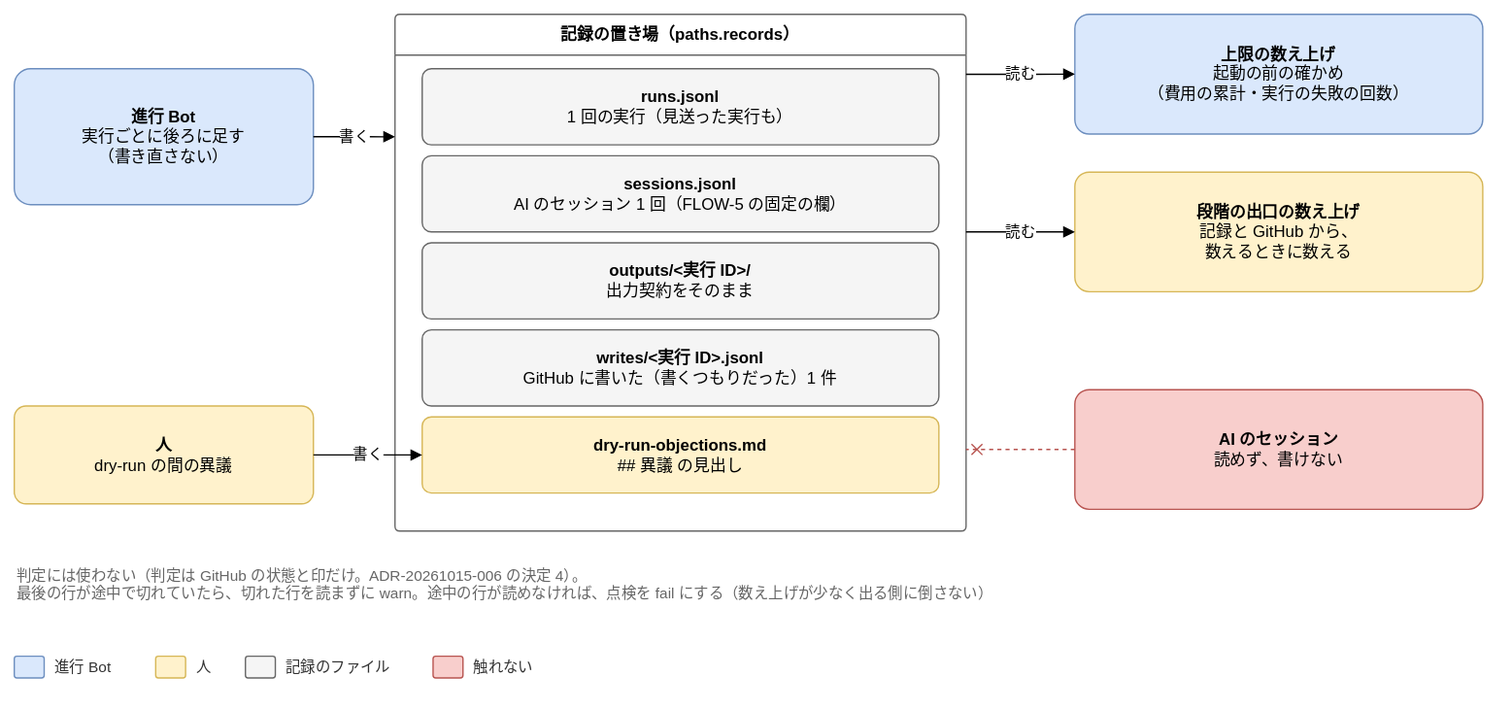
Earlier version of the draw.io export docs/design/basic/diagrams/02-records.drawio.svg (Joymerrevent/dev-autopilot). Source tidied: cells renumbered, new cells last; positions are measured from the earlier drawing's top-left corner, leaving out a move shared by most shapes. Source of this version:
```xml
<mxGraphModel background="#ffffff">
  <root>
    <mxCell id="0" />
    <mxCell id="1" parent="0" />
    <mxCell id="2" value="&lt;b&gt;進行 Bot&lt;/b&gt;&lt;br&gt;実行ごとに後ろに足す&lt;br&gt;（書き直さない）" style="rounded=1;whiteSpace=wrap;html=1;fontSize=12;arcSize=12;spacing=12;fillColor=#dae8fc;strokeColor=#6c8ebf;" parent="1" vertex="1">
      <mxGeometry y="40" width="220" height="100" as="geometry" />
    </mxCell>
    <mxCell id="3" value="&lt;b&gt;人&lt;/b&gt;&lt;br&gt;dry-run の間の異議" style="rounded=1;whiteSpace=wrap;html=1;fontSize=12;arcSize=12;spacing=12;fillColor=#fff2cc;strokeColor=#d6b656;" parent="1" vertex="1">
      <mxGeometry y="288" width="220" height="72" as="geometry" />
    </mxCell>
    <mxCell id="4" value="記録の置き場（paths.records）" style="swimlane;startSize=30;html=1;whiteSpace=wrap;rounded=1;arcSize=4;fontStyle=1;fontSize=12;strokeColor=#666666;fillColor=none;swimlaneFillColor=none;" parent="1" vertex="1">
      <mxGeometry x="280" width="420" height="380" as="geometry" />
    </mxCell>
    <mxCell id="5" value="&lt;b&gt;runs.jsonl&lt;/b&gt;&lt;br&gt;1 回の実行（見送った実行も）" style="rounded=1;whiteSpace=wrap;html=1;fontSize=12;arcSize=12;spacing=12;fillColor=#f5f5f5;strokeColor=#666666;" parent="1" vertex="1">
      <mxGeometry x="300" y="40" width="380" height="56" as="geometry" />
    </mxCell>
    <mxCell id="6" value="&lt;b&gt;sessions.jsonl&lt;/b&gt;&lt;br&gt;AI のセッション 1 回（FLOW-5 の固定の欄）" style="rounded=1;whiteSpace=wrap;html=1;fontSize=12;arcSize=12;spacing=12;fillColor=#f5f5f5;strokeColor=#666666;" parent="1" vertex="1">
      <mxGeometry x="300" y="104" width="380" height="56" as="geometry" />
    </mxCell>
    <mxCell id="7" value="&lt;b&gt;outputs/&amp;lt;実行 ID&amp;gt;/&lt;/b&gt;&lt;br&gt;出力契約をそのまま" style="rounded=1;whiteSpace=wrap;html=1;fontSize=12;arcSize=12;spacing=12;fillColor=#f5f5f5;strokeColor=#666666;" parent="1" vertex="1">
      <mxGeometry x="300" y="168" width="380" height="56" as="geometry" />
    </mxCell>
    <mxCell id="8" value="&lt;b&gt;writes/&amp;lt;実行 ID&amp;gt;.jsonl&lt;/b&gt;&lt;br&gt;GitHub に書いた（書くつもりだった）1 件" style="rounded=1;whiteSpace=wrap;html=1;fontSize=12;arcSize=12;spacing=12;fillColor=#f5f5f5;strokeColor=#666666;" parent="1" vertex="1">
      <mxGeometry x="300" y="232" width="380" height="56" as="geometry" />
    </mxCell>
    <mxCell id="9" value="&lt;b&gt;dry-run-objections.md&lt;/b&gt;&lt;br&gt;## 異議 の見出し" style="rounded=1;whiteSpace=wrap;html=1;fontSize=12;arcSize=12;spacing=12;fillColor=#fff2cc;strokeColor=#d6b656;" parent="1" vertex="1">
      <mxGeometry x="300" y="296" width="380" height="56" as="geometry" />
    </mxCell>
    <mxCell id="10" value="書く" style="edgeStyle=orthogonalEdgeStyle;rounded=1;html=1;endArrow=block;endFill=1;fontSize=11;labelBackgroundColor=#ffffff;exitX=1;exitY=0.5;exitDx=0;exitDy=0;entryX=0;entryY=0.237;entryDx=0;entryDy=0;" parent="1" edge="1" source="2" target="4">
      <mxGeometry relative="1" as="geometry" />
    </mxCell>
    <mxCell id="11" value="書く" style="edgeStyle=orthogonalEdgeStyle;rounded=1;html=1;endArrow=block;endFill=1;fontSize=11;labelBackgroundColor=#ffffff;exitX=1;exitY=0.5;exitDx=0;exitDy=0;entryX=0;entryY=0.5;entryDx=0;entryDy=0;" parent="1" edge="1" source="3" target="9">
      <mxGeometry relative="1" as="geometry" />
    </mxCell>
    <mxCell id="12" value="&lt;b&gt;上限の数え上げ&lt;/b&gt;&lt;br&gt;起動の前の確かめ&lt;br&gt;（費用の累計・実行の失敗の回数）" style="rounded=1;whiteSpace=wrap;html=1;fontSize=12;arcSize=12;spacing=12;fillColor=#dae8fc;strokeColor=#6c8ebf;" parent="1" vertex="1">
      <mxGeometry x="780" width="300" height="88" as="geometry" />
    </mxCell>
    <mxCell id="13" value="&lt;b&gt;段階の出口の数え上げ&lt;/b&gt;&lt;br&gt;記録と GitHub から、&lt;br&gt;数えるときに数える" style="rounded=1;whiteSpace=wrap;html=1;fontSize=12;arcSize=12;spacing=12;fillColor=#fff2cc;strokeColor=#d6b656;" parent="1" vertex="1">
      <mxGeometry x="780" y="116" width="300" height="88" as="geometry" />
    </mxCell>
    <mxCell id="14" value="&lt;b&gt;AI のセッション&lt;/b&gt;&lt;br&gt;読めず、書けない" style="rounded=1;whiteSpace=wrap;html=1;fontSize=12;arcSize=12;spacing=12;fillColor=#f8cecc;strokeColor=#b85450;" parent="1" vertex="1">
      <mxGeometry x="780" y="276" width="300" height="88" as="geometry" />
    </mxCell>
    <mxCell id="15" value="読む" style="edgeStyle=orthogonalEdgeStyle;rounded=1;html=1;endArrow=block;endFill=1;fontSize=11;labelBackgroundColor=#ffffff;exitX=1;exitY=0.116;exitDx=0;exitDy=0;entryX=0;entryY=0.5;entryDx=0;entryDy=0;" parent="1" edge="1" source="4" target="12">
      <mxGeometry relative="1" as="geometry" />
    </mxCell>
    <mxCell id="16" value="読む" style="edgeStyle=orthogonalEdgeStyle;rounded=1;html=1;endArrow=block;endFill=1;fontSize=11;labelBackgroundColor=#ffffff;exitX=1;exitY=0.421;exitDx=0;exitDy=0;entryX=0;entryY=0.5;entryDx=0;entryDy=0;" parent="1" edge="1" source="4" target="13">
      <mxGeometry relative="1" as="geometry" />
    </mxCell>
    <mxCell id="17" style="edgeStyle=orthogonalEdgeStyle;rounded=1;html=1;endArrow=block;endFill=1;fontSize=11;labelBackgroundColor=#ffffff;dashed=1;strokeColor=#b85450;fontColor=#b85450;endArrow=cross;endFill=0;exitX=0;exitY=0.5;exitDx=0;exitDy=0;entryX=1;entryY=0.842;entryDx=0;entryDy=0;" parent="1" edge="1" source="14" target="4">
      <mxGeometry relative="1" as="geometry" />
    </mxCell>
    <mxCell id="18" value="判定には使わない（判定は GitHub の状態と印だけ。ADR-20261015-006 の決定 4）。&lt;br&gt;最後の行が途中で切れていたら、切れた行を読まずに warn。途中の行が読めなければ、点検を fail にする（数え上げが少なく出る側に倒さない）" style="text;html=1;whiteSpace=wrap;align=left;verticalAlign=top;fontSize=11;fontColor=#666666;" parent="1" vertex="1">
      <mxGeometry y="400" width="1080" height="54" as="geometry" />
    </mxCell>
    <mxCell id="19" style="rounded=1;whiteSpace=wrap;html=1;fontSize=12;arcSize=12;spacing=12;fillColor=#dae8fc;strokeColor=#6c8ebf;" parent="1" vertex="1">
      <mxGeometry y="472" width="22" height="16" as="geometry" />
    </mxCell>
    <mxCell id="20" value="進行 Bot" style="text;html=1;align=left;verticalAlign=middle;fontSize=11;fontColor=#333333;" parent="1" vertex="1">
      <mxGeometry x="28" y="470" width="60" height="20" as="geometry" />
    </mxCell>
    <mxCell id="21" style="rounded=1;whiteSpace=wrap;html=1;fontSize=12;arcSize=12;spacing=12;fillColor=#fff2cc;strokeColor=#d6b656;" parent="1" vertex="1">
      <mxGeometry x="104" y="472" width="22" height="16" as="geometry" />
    </mxCell>
    <mxCell id="22" value="人" style="text;html=1;align=left;verticalAlign=middle;fontSize=11;fontColor=#333333;" parent="1" vertex="1">
      <mxGeometry x="132" y="470" width="22" height="20" as="geometry" />
    </mxCell>
    <mxCell id="23" style="rounded=1;whiteSpace=wrap;html=1;fontSize=12;arcSize=12;spacing=12;fillColor=#f5f5f5;strokeColor=#666666;" parent="1" vertex="1">
      <mxGeometry x="170" y="472" width="22" height="16" as="geometry" />
    </mxCell>
    <mxCell id="24" value="記録のファイル" style="text;html=1;align=left;verticalAlign=middle;fontSize=11;fontColor=#333333;" parent="1" vertex="1">
      <mxGeometry x="198" y="470" width="94" height="20" as="geometry" />
    </mxCell>
    <mxCell id="25" style="rounded=1;whiteSpace=wrap;html=1;fontSize=12;arcSize=12;spacing=12;fillColor=#f8cecc;strokeColor=#b85450;" parent="1" vertex="1">
      <mxGeometry x="308" y="472" width="22" height="16" as="geometry" />
    </mxCell>
    <mxCell id="26" value="触れない" style="text;html=1;align=left;verticalAlign=middle;fontSize=11;fontColor=#333333;" parent="1" vertex="1">
      <mxGeometry x="336" y="470" width="60" height="20" as="geometry" />
    </mxCell>
  </root>
</mxGraphModel>
```
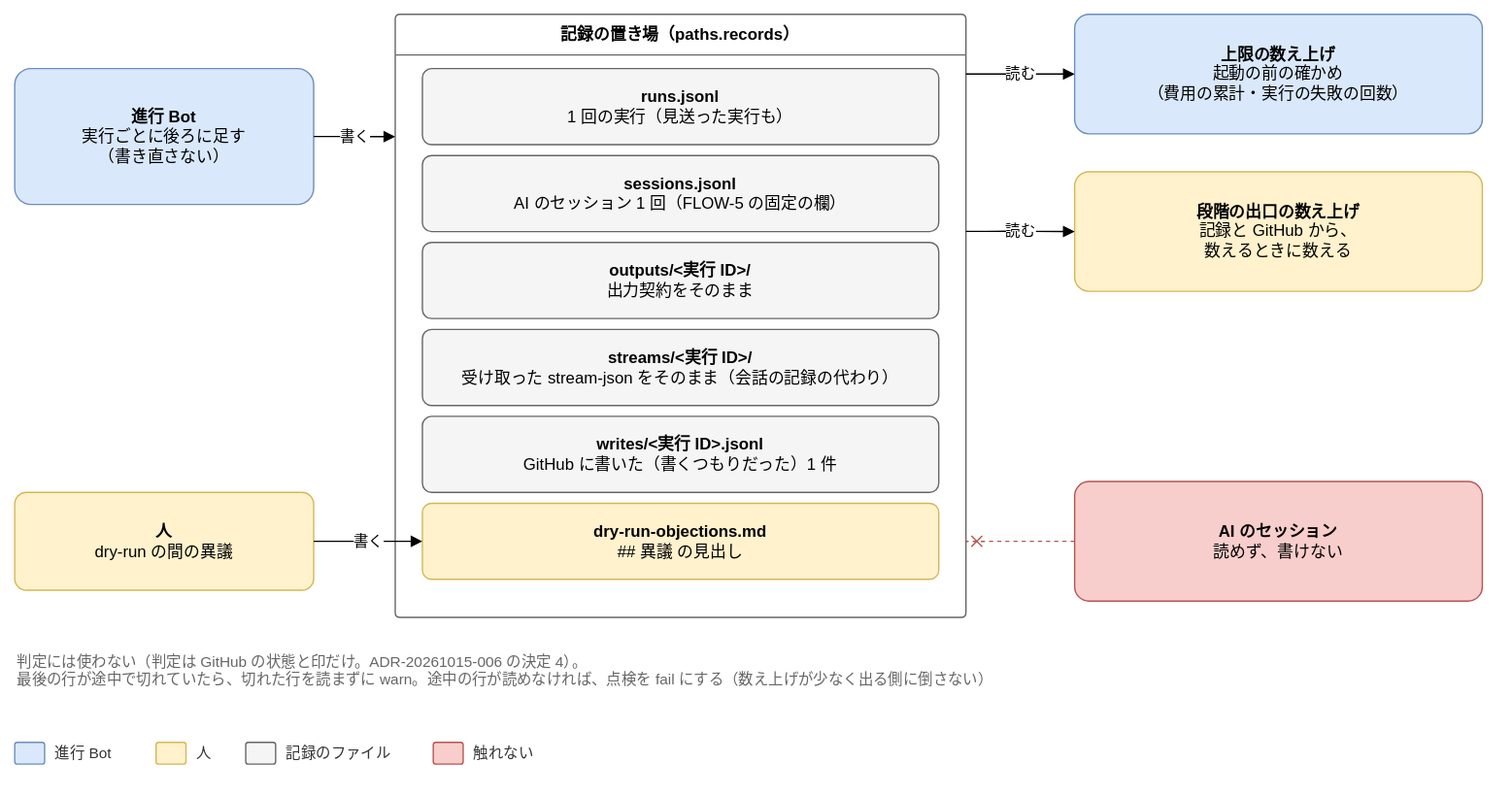
After the commit.

Diff of the diagram source:
```diff
@@ -3,51 +3,54 @@
     <mxCell id="0" />
     <mxCell id="1" parent="0" />
     <mxCell id="2" value="&lt;b&gt;進行 Bot&lt;/b&gt;&lt;br&gt;実行ごとに後ろに足す&lt;br&gt;（書き直さない）" style="rounded=1;whiteSpace=wrap;html=1;fontSize=12;arcSize=12;spacing=12;fillColor=#dae8fc;strokeColor=#6c8ebf;" parent="1" vertex="1">
-      <mxGeometry y="40" width="220" height="100" as="geometry" />
+      <mxGeometry y="-24" width="220" height="100" as="geometry" />
     </mxCell>
     <mxCell id="3" value="&lt;b&gt;人&lt;/b&gt;&lt;br&gt;dry-run の間の異議" style="rounded=1;whiteSpace=wrap;html=1;fontSize=12;arcSize=12;spacing=12;fillColor=#fff2cc;strokeColor=#d6b656;" parent="1" vertex="1">
       <mxGeometry y="288" width="220" height="72" as="geometry" />
     </mxCell>
     <mxCell id="4" value="記録の置き場（paths.records）" style="swimlane;startSize=30;html=1;whiteSpace=wrap;rounded=1;arcSize=4;fontStyle=1;fontSize=12;strokeColor=#666666;fillColor=none;swimlaneFillColor=none;" parent="1" vertex="1">
-      <mxGeometry x="280" width="420" height="380" as="geometry" />
+      <mxGeometry x="280" y="-64" width="420" height="444" as="geometry" />
     </mxCell>
     <mxCell id="5" value="&lt;b&gt;runs.jsonl&lt;/b&gt;&lt;br&gt;1 回の実行（見送った実行も）" style="rounded=1;whiteSpace=wrap;html=1;fontSize=12;arcSize=12;spacing=12;fillColor=#f5f5f5;strokeColor=#666666;" parent="1" vertex="1">
-      <mxGeometry x="300" y="40" width="380" height="56" as="geometry" />
+      <mxGeometry x="300" y="-24" width="380" height="56" as="geometry" />
     </mxCell>
     <mxCell id="6" value="&lt;b&gt;sessions.jsonl&lt;/b&gt;&lt;br&gt;AI のセッション 1 回（FLOW-5 の固定の欄）" style="rounded=1;whiteSpace=wrap;html=1;fontSize=12;arcSize=12;spacing=12;fillColor=#f5f5f5;strokeColor=#666666;" parent="1" vertex="1">
-      <mxGeometry x="300" y="104" width="380" height="56" as="geometry" />
+      <mxGeometry x="300" y="40" width="380" height="56" as="geometry" />
     </mxCell>
     <mxCell id="7" value="&lt;b&gt;outputs/&amp;lt;実行 ID&amp;gt;/&lt;/b&gt;&lt;br&gt;出力契約をそのまま" style="rounded=1;whiteSpace=wrap;html=1;fontSize=12;arcSize=12;spacing=12;fillColor=#f5f5f5;strokeColor=#666666;" parent="1" vertex="1">
-      <mxGeometry x="300" y="168" width="380" height="56" as="geometry" />
+      <mxGeometry x="300" y="104" width="380" height="56" as="geometry" />
     </mxCell>
+    <mxCell id="27" value="&lt;b&gt;streams/&amp;lt;実行 ID&amp;gt;/&lt;/b&gt;&lt;br&gt;受け取った stream-json をそのまま（会話の記録の代わり）" style="rounded=1;whiteSpace=wrap;html=1;fontSize=12;arcSize=12;spacing=12;fillColor=#f5f5f5;strokeColor=#666666;" parent="1" vertex="1">
+      <mxGeometry x="300" y="168" width="380" height="56" as="geometry" />
+    </mxCell>
     <mxCell id="8" value="&lt;b&gt;writes/&amp;lt;実行 ID&amp;gt;.jsonl&lt;/b&gt;&lt;br&gt;GitHub に書いた（書くつもりだった）1 件" style="rounded=1;whiteSpace=wrap;html=1;fontSize=12;arcSize=12;spacing=12;fillColor=#f5f5f5;strokeColor=#666666;" parent="1" vertex="1">
       <mxGeometry x="300" y="232" width="380" height="56" as="geometry" />
     </mxCell>
     <mxCell id="9" value="&lt;b&gt;dry-run-objections.md&lt;/b&gt;&lt;br&gt;## 異議 の見出し" style="rounded=1;whiteSpace=wrap;html=1;fontSize=12;arcSize=12;spacing=12;fillColor=#fff2cc;strokeColor=#d6b656;" parent="1" vertex="1">
       <mxGeometry x="300" y="296" width="380" height="56" as="geometry" />
     </mxCell>
-    <mxCell id="10" value="書く" style="edgeStyle=orthogonalEdgeStyle;rounded=1;html=1;endArrow=block;endFill=1;fontSize=11;labelBackgroundColor=#ffffff;exitX=1;exitY=0.5;exitDx=0;exitDy=0;entryX=0;entryY=0.237;entryDx=0;entryDy=0;" parent="1" edge="1" source="2" target="4">
+    <mxCell id="10" value="書く" style="edgeStyle=orthogonalEdgeStyle;rounded=1;html=1;endArrow=block;endFill=1;fontSize=11;labelBackgroundColor=#ffffff;exitX=1;exitY=0.5;exitDx=0;exitDy=0;entryX=0;entryY=0.203;entryDx=0;entryDy=0;" parent="1" edge="1" source="2" target="4">
       <mxGeometry relative="1" as="geometry" />
     </mxCell>
     <mxCell id="11" value="書く" style="edgeStyle=orthogonalEdgeStyle;rounded=1;html=1;endArrow=block;endFill=1;fontSize=11;labelBackgroundColor=#ffffff;exitX=1;exitY=0.5;exitDx=0;exitDy=0;entryX=0;entryY=0.5;entryDx=0;entryDy=0;" parent="1" edge="1" source="3" target="9">
       <mxGeometry relative="1" as="geometry" />
     </mxCell>
     <mxCell id="12" value="&lt;b&gt;上限の数え上げ&lt;/b&gt;&lt;br&gt;起動の前の確かめ&lt;br&gt;（費用の累計・実行の失敗の回数）" style="rounded=1;whiteSpace=wrap;html=1;fontSize=12;arcSize=12;spacing=12;fillColor=#dae8fc;strokeColor=#6c8ebf;" parent="1" vertex="1">
-      <mxGeometry x="780" width="300" height="88" as="geometry" />
+      <mxGeometry x="780" y="-64" width="300" height="88" as="geometry" />
     </mxCell>
     <mxCell id="13" value="&lt;b&gt;段階の出口の数え上げ&lt;/b&gt;&lt;br&gt;記録と GitHub から、&lt;br&gt;数えるときに数える" style="rounded=1;whiteSpace=wrap;html=1;fontSize=12;arcSize=12;spacing=12;fillColor=#fff2cc;strokeColor=#d6b656;" parent="1" vertex="1">
-      <mxGeometry x="780" y="116" width="300" height="88" as="geometry" />
+      <mxGeometry x="780" y="52" width="300" height="88" as="geometry" />
     </mxCell>
     <mxCell id="14" value="&lt;b&gt;AI のセッション&lt;/b&gt;&lt;br&gt;読めず、書けない" style="rounded=1;whiteSpace=wrap;html=1;fontSize=12;arcSize=12;spacing=12;fillColor=#f8cecc;strokeColor=#b85450;" parent="1" vertex="1">
-      <mxGeometry x="780" y="276" width="300" height="88" as="geometry" />
+      <mxGeometry x="780" y="280" width="300" height="88" as="geometry" />
     </mxCell>
-    <mxCell id="15" value="読む" style="edgeStyle=orthogonalEdgeStyle;rounded=1;html=1;endArrow=block;endFill=1;fontSize=11;labelBackgroundColor=#ffffff;exitX=1;exitY=0.116;exitDx=0;exitDy=0;entryX=0;entryY=0.5;entryDx=0;entryDy=0;" parent="1" edge="1" source="4" target="12">
+    <mxCell id="15" value="読む" style="edgeStyle=orthogonalEdgeStyle;rounded=1;html=1;endArrow=block;endFill=1;fontSize=11;labelBackgroundColor=#ffffff;exitX=1;exitY=0.099;exitDx=0;exitDy=0;entryX=0;entryY=0.5;entryDx=0;entryDy=0;" parent="1" edge="1" source="4" target="12">
       <mxGeometry relative="1" as="geometry" />
     </mxCell>
-    <mxCell id="16" value="読む" style="edgeStyle=orthogonalEdgeStyle;rounded=1;html=1;endArrow=block;endFill=1;fontSize=11;labelBackgroundColor=#ffffff;exitX=1;exitY=0.421;exitDx=0;exitDy=0;entryX=0;entryY=0.5;entryDx=0;entryDy=0;" parent="1" edge="1" source="4" target="13">
+    <mxCell id="16" value="読む" style="edgeStyle=orthogonalEdgeStyle;rounded=1;html=1;endArrow=block;endFill=1;fontSize=11;labelBackgroundColor=#ffffff;exitX=1;exitY=0.360;exitDx=0;exitDy=0;entryX=0;entryY=0.5;entryDx=0;entryDy=0;" parent="1" edge="1" source="4" target="13">
       <mxGeometry relative="1" as="geometry" />
     </mxCell>
-    <mxCell id="17" style="edgeStyle=orthogonalEdgeStyle;rounded=1;html=1;endArrow=block;endFill=1;fontSize=11;labelBackgroundColor=#ffffff;dashed=1;strokeColor=#b85450;fontColor=#b85450;endArrow=cross;endFill=0;exitX=0;exitY=0.5;exitDx=0;exitDy=0;entryX=1;entryY=0.842;entryDx=0;entryDy=0;" parent="1" edge="1" source="14" target="4">
+    <mxCell id="17" style="edgeStyle=orthogonalEdgeStyle;rounded=1;html=1;endArrow=block;endFill=1;fontSize=11;labelBackgroundColor=#ffffff;dashed=1;strokeColor=#b85450;fontColor=#b85450;endArrow=cross;endFill=0;exitX=0;exitY=0.5;exitDx=0;exitDy=0;entryX=1;entryY=0.874;entryDx=0;entryDy=0;" parent="1" edge="1" source="14" target="4">
       <mxGeometry relative="1" as="geometry" />
     </mxCell>
     <mxCell id="18" value="判定には使わない（判定は GitHub の状態と印だけ。ADR-20261015-006 の決定 4）。&lt;br&gt;最後の行が途中で切れていたら、切れた行を読まずに warn。途中の行が読めなければ、点検を fail にする（数え上げが少なく出る側に倒さない）" style="text;html=1;whiteSpace=wrap;align=left;verticalAlign=top;fontSize=11;fontColor=#666666;" parent="1" vertex="1">
```
